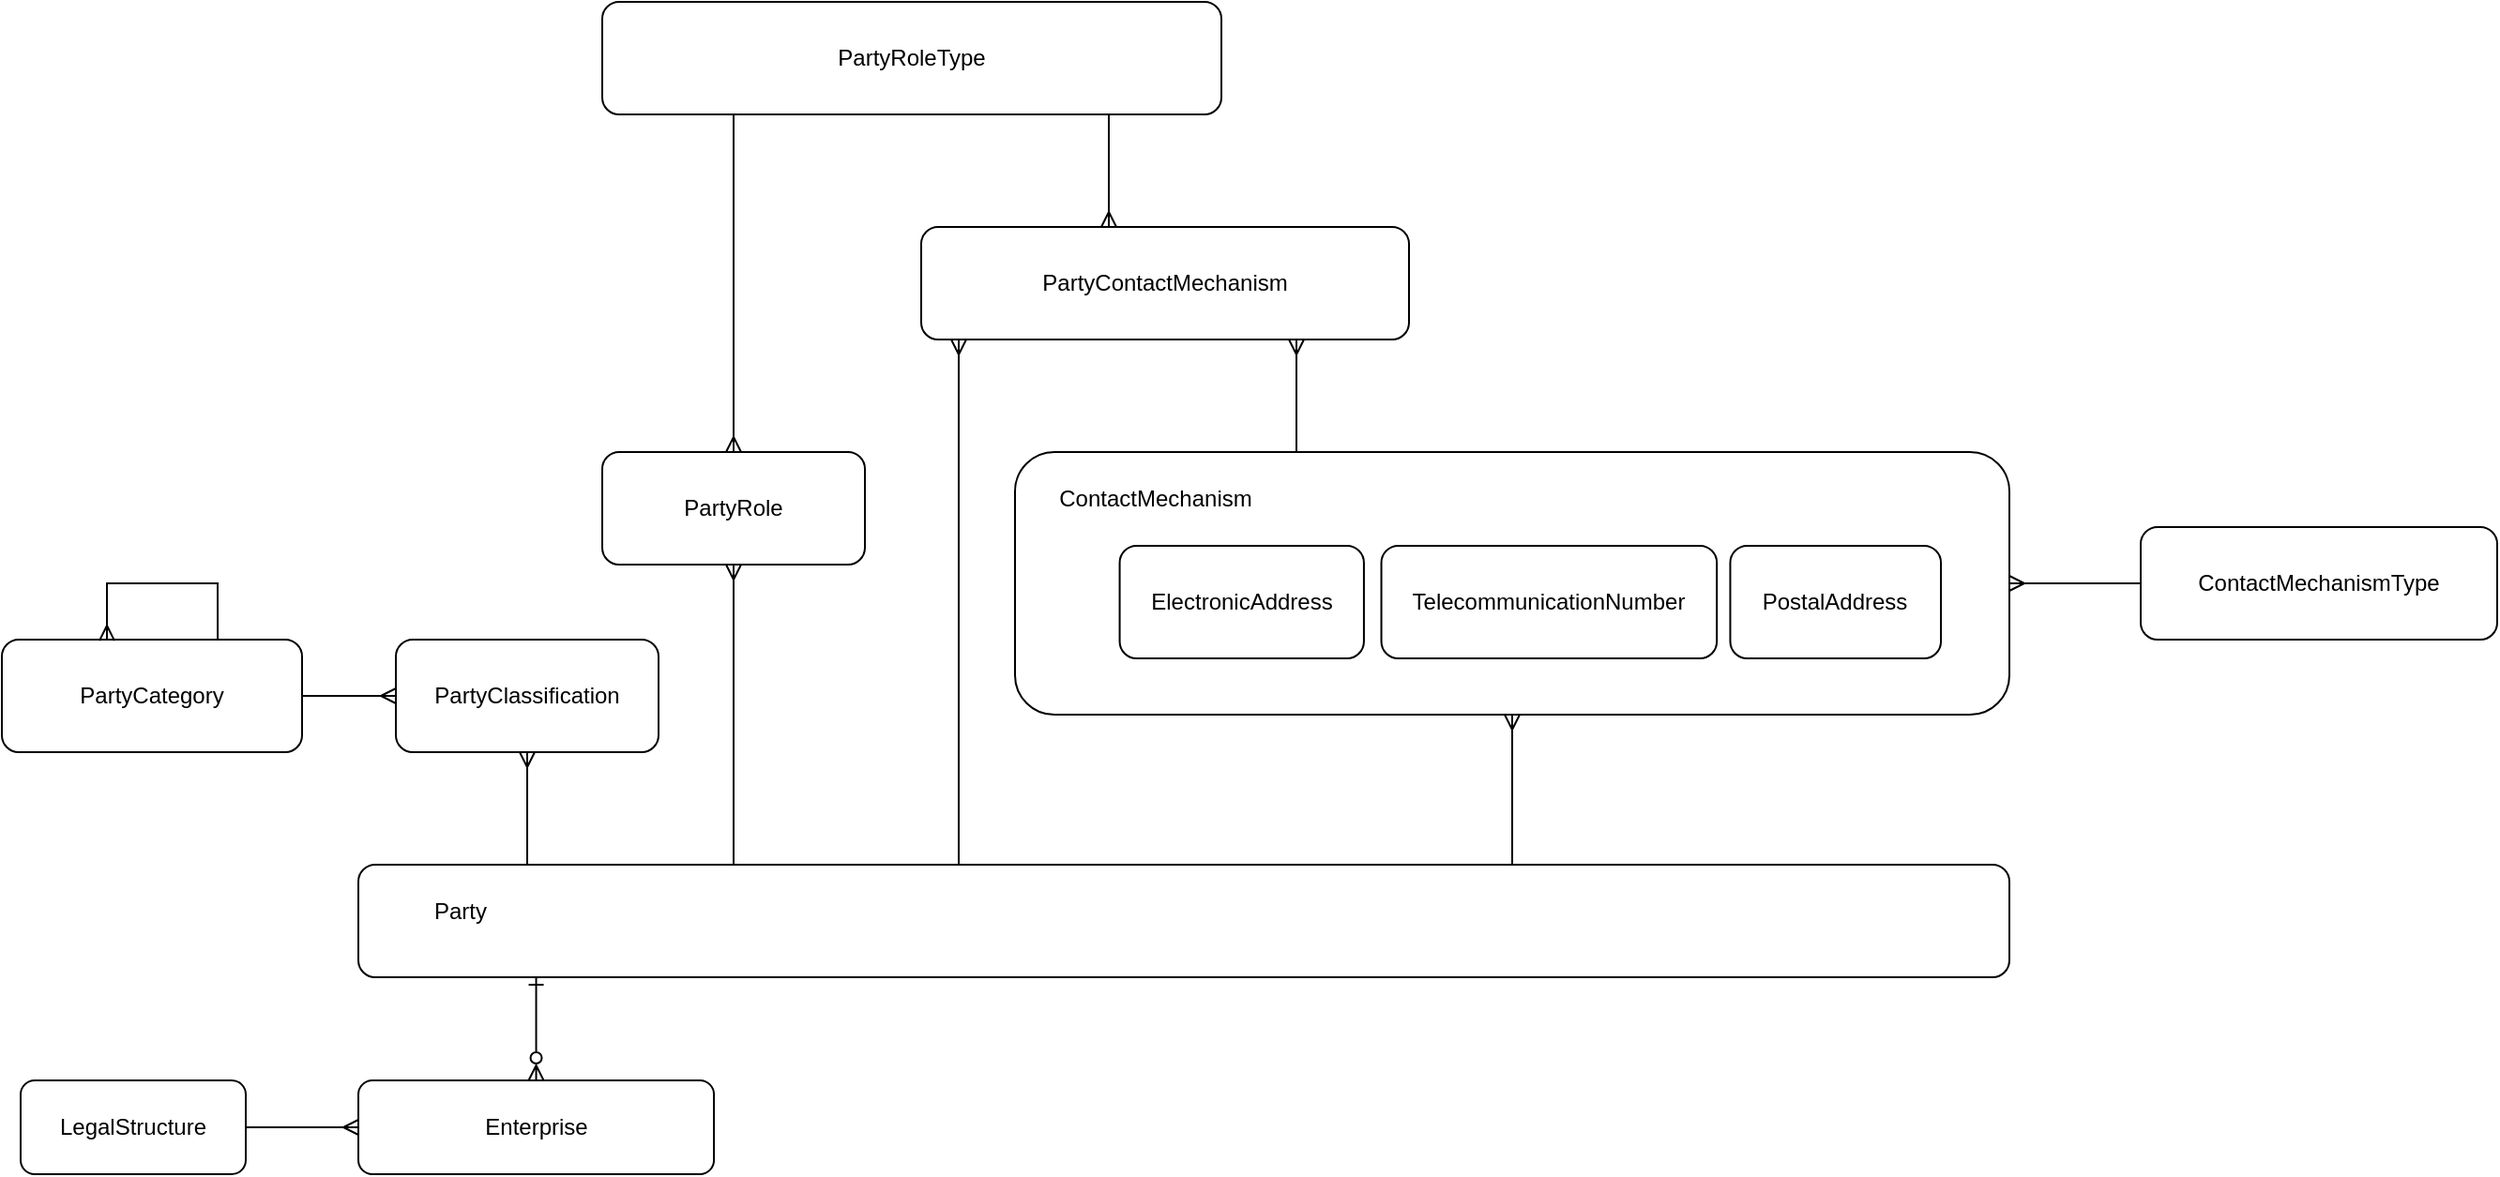
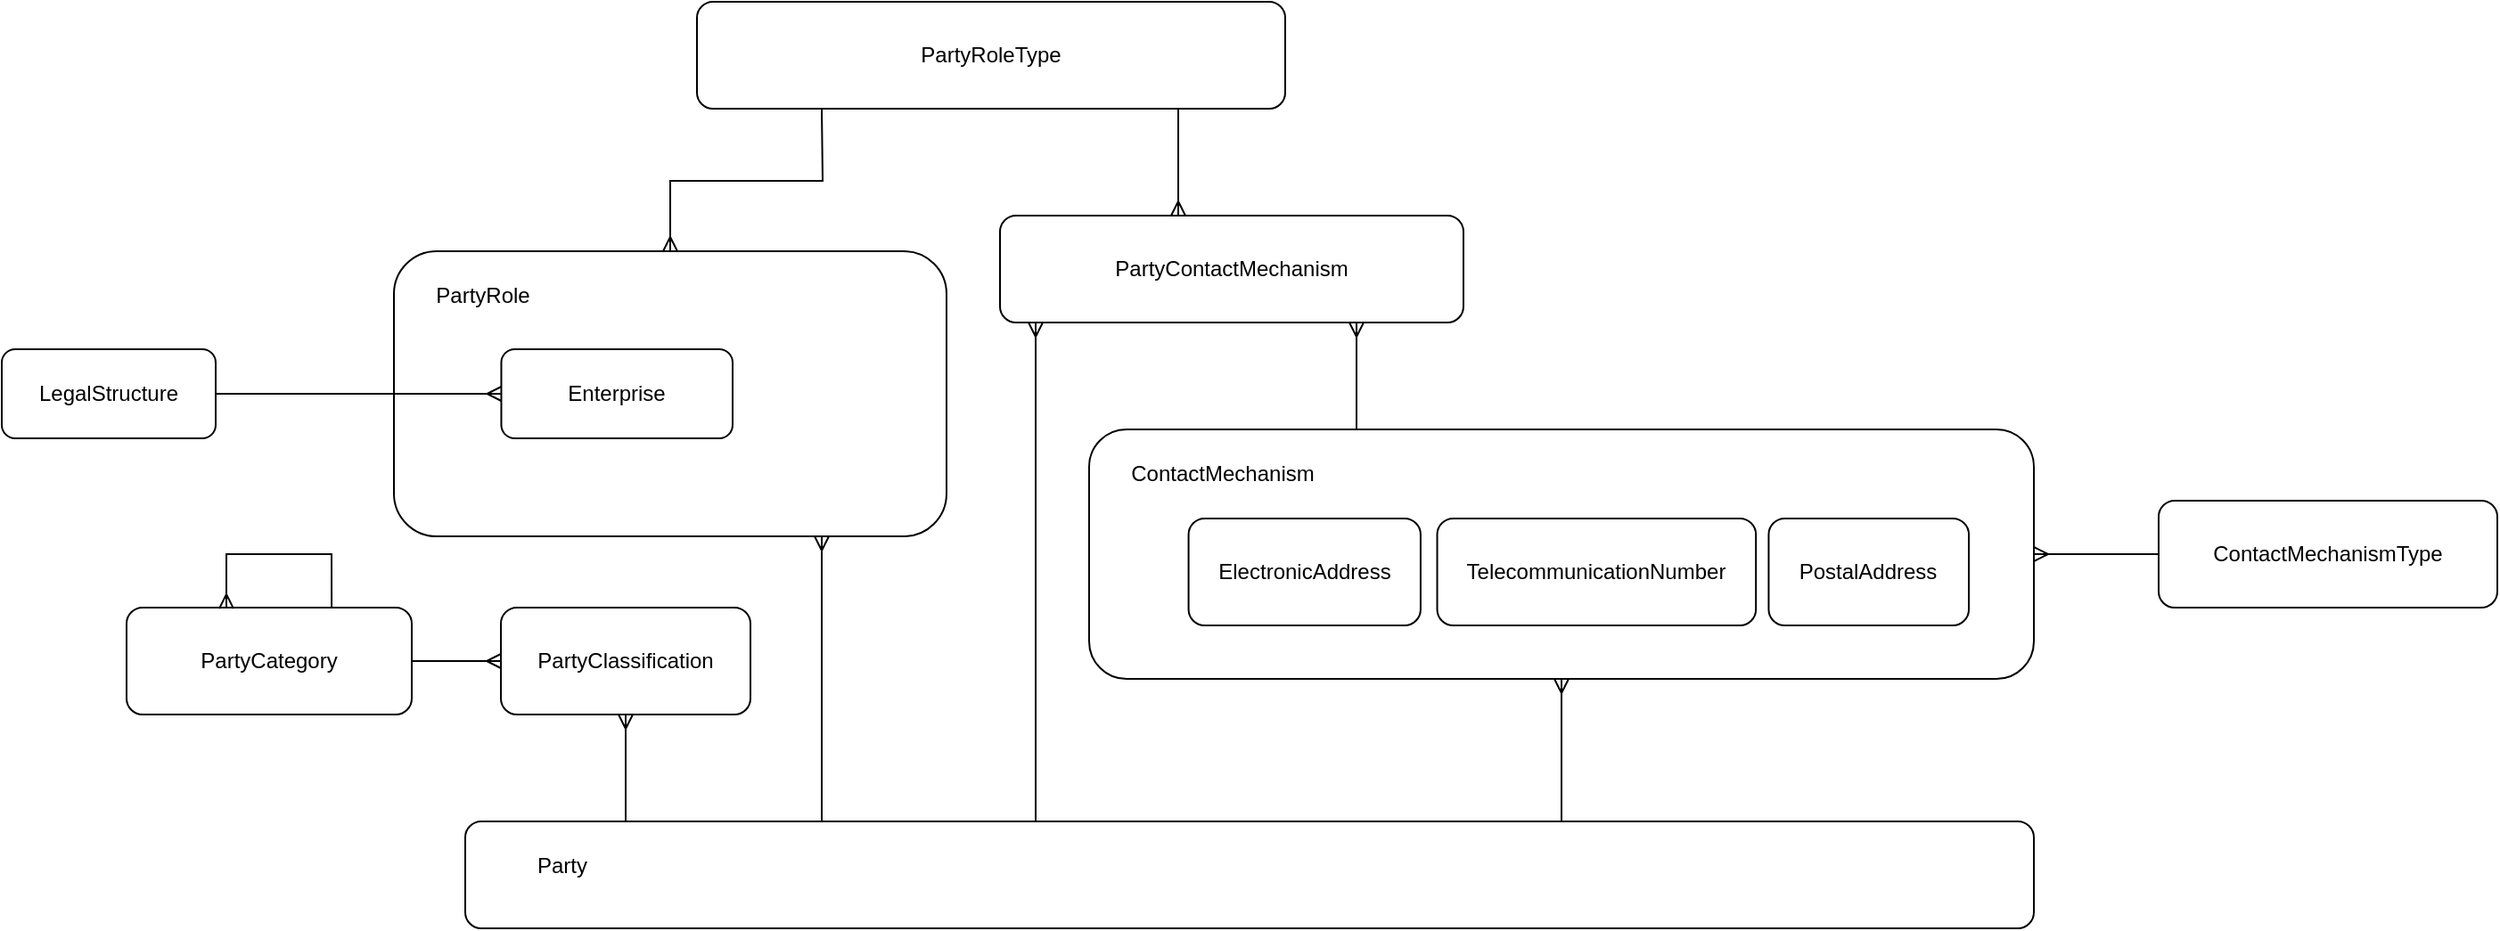
<mxfile host="app.diagrams.net" agent="Mozilla/5.0 (Windows NT 10.0; Win64; x64) AppleWebKit/537.36 (KHTML, like Gecko) Chrome/141.0.0.0 Safari/537.36" version="28.2.9">
  <diagram name="Page-1" id="d0nJ6Fx9cUZLMqGtfM0H">
-     <mxGraphModel dx="1267" dy="1349" grid="1" gridSize="10" guides="1" tooltips="1" connect="1" arrows="1" fold="1" page="1" pageScale="1" pageWidth="850" pageHeight="1100" math="0" shadow="0">
+     <mxGraphModel dx="2076" dy="1832" grid="1" gridSize="10" guides="1" tooltips="1" connect="1" arrows="1" fold="1" page="1" pageScale="1" pageWidth="850" pageHeight="1100" math="0" shadow="0">
      <root>
        <mxCell id="0" />
        <mxCell id="1" parent="0" />
        <mxCell id="tdPrWEJd15tEannaNgth-4" style="edgeStyle=orthogonalEdgeStyle;rounded=0;orthogonalLoop=1;jettySize=auto;html=1;startArrow=ERmany;startFill=0;endArrow=none;endFill=0;" edge="1" parent="1" source="tdPrWEJd15tEannaNgth-2" target="tdPrWEJd15tEannaNgth-3">
          <mxGeometry relative="1" as="geometry" />
        </mxCell>
        <mxCell id="tdPrWEJd15tEannaNgth-3" value="ContactMechanismType" style="rounded=1;whiteSpace=wrap;html=1;" vertex="1" parent="1">
          <mxGeometry x="600" y="230" width="190" height="60" as="geometry" />
        </mxCell>
        <mxCell id="tdPrWEJd15tEannaNgth-13" value="PartyRoleType" style="rounded=1;whiteSpace=wrap;html=1;" vertex="1" parent="1">
          <mxGeometry x="-220" y="-50" width="330" height="60" as="geometry" />
        </mxCell>
        <mxCell id="tdPrWEJd15tEannaNgth-14" style="edgeStyle=orthogonalEdgeStyle;rounded=0;orthogonalLoop=1;jettySize=auto;html=1;startArrow=ERmany;startFill=0;endArrow=none;endFill=0;" edge="1" parent="1" source="tdPrWEJd15tEannaNgth-15" target="tdPrWEJd15tEannaNgth-13">
          <mxGeometry relative="1" as="geometry">
            <mxPoint x="730" y="420" as="sourcePoint" />
            <mxPoint x="730" y="340" as="targetPoint" />
            <Array as="points">
              <mxPoint x="50" y="20" />
              <mxPoint x="50" y="20" />
            </Array>
          </mxGeometry>
        </mxCell>
        <mxCell id="tdPrWEJd15tEannaNgth-15" value="PartyContactMechanism" style="rounded=1;whiteSpace=wrap;html=1;" vertex="1" parent="1">
          <mxGeometry x="-50" y="70" width="260" height="60" as="geometry" />
        </mxCell>
        <mxCell id="tdPrWEJd15tEannaNgth-18" style="edgeStyle=orthogonalEdgeStyle;rounded=0;orthogonalLoop=1;jettySize=auto;html=1;startArrow=ERmany;startFill=0;endArrow=none;endFill=0;" edge="1" parent="1">
          <mxGeometry relative="1" as="geometry">
            <mxPoint x="-30.00117647058829" y="130" as="sourcePoint" />
            <mxPoint x="-30.00117647058829" y="410" as="targetPoint" />
            <Array as="points">
              <mxPoint x="-30.060000000000002" y="300" />
              <mxPoint x="-30.060000000000002" y="300" />
            </Array>
          </mxGeometry>
        </mxCell>
        <mxCell id="tdPrWEJd15tEannaNgth-19" value="" style="group" vertex="1" connectable="0" parent="1">
          <mxGeometry y="190" width="530" height="140" as="geometry" />
        </mxCell>
        <mxCell id="tdPrWEJd15tEannaNgth-2" value="" style="rounded=1;whiteSpace=wrap;html=1;" vertex="1" parent="tdPrWEJd15tEannaNgth-19">
          <mxGeometry width="530" height="140" as="geometry" />
        </mxCell>
        <mxCell id="tdPrWEJd15tEannaNgth-5" value="ElectronicAddress" style="rounded=1;whiteSpace=wrap;html=1;" vertex="1" parent="tdPrWEJd15tEannaNgth-19">
          <mxGeometry x="55.78947368421052" y="50" width="130.17543859649123" height="60" as="geometry" />
        </mxCell>
        <mxCell id="tdPrWEJd15tEannaNgth-6" value="TelecommunicationNumber" style="rounded=1;whiteSpace=wrap;html=1;" vertex="1" parent="tdPrWEJd15tEannaNgth-19">
          <mxGeometry x="195.26315789473682" y="50" width="178.81456140350878" height="60" as="geometry" />
        </mxCell>
        <mxCell id="tdPrWEJd15tEannaNgth-7" value="ContactMechanism" style="text;html=1;whiteSpace=wrap;strokeColor=none;fillColor=none;align=center;verticalAlign=middle;rounded=0;" vertex="1" parent="tdPrWEJd15tEannaNgth-19">
          <mxGeometry x="27.896882591093107" y="10" width="94.41295546558705" height="30" as="geometry" />
        </mxCell>
        <mxCell id="tdPrWEJd15tEannaNgth-8" value="PostalAddress" style="rounded=1;whiteSpace=wrap;html=1;" vertex="1" parent="tdPrWEJd15tEannaNgth-19">
          <mxGeometry x="381.2280701754386" y="50" width="112.29491228070175" height="60" as="geometry" />
        </mxCell>
        <mxCell id="tdPrWEJd15tEannaNgth-20" style="edgeStyle=orthogonalEdgeStyle;rounded=0;orthogonalLoop=1;jettySize=auto;html=1;startArrow=ERmany;startFill=0;endArrow=none;endFill=0;" edge="1" parent="1" source="tdPrWEJd15tEannaNgth-15" target="tdPrWEJd15tEannaNgth-2">
          <mxGeometry relative="1" as="geometry">
            <mxPoint x="370" y="120" as="sourcePoint" />
            <mxPoint x="370" y="430" as="targetPoint" />
            <Array as="points">
              <mxPoint x="150" y="160" />
              <mxPoint x="150" y="160" />
            </Array>
          </mxGeometry>
        </mxCell>
        <mxCell id="tdPrWEJd15tEannaNgth-21" style="edgeStyle=orthogonalEdgeStyle;rounded=0;orthogonalLoop=1;jettySize=auto;html=1;startArrow=ERmany;startFill=0;endArrow=none;endFill=0;" edge="1" parent="1" source="tdPrWEJd15tEannaNgth-2" target="tdPrWEJd15tEannaNgth-1">
          <mxGeometry relative="1" as="geometry">
            <mxPoint x="240" y="400" as="sourcePoint" />
            <mxPoint x="240" y="470" as="targetPoint" />
            <Array as="points">
              <mxPoint x="305" y="420" />
              <mxPoint x="305" y="420" />
            </Array>
          </mxGeometry>
        </mxCell>
        <mxCell id="tdPrWEJd15tEannaNgth-22" value="LegalStructure" style="rounded=1;whiteSpace=wrap;html=1;" vertex="1" parent="1">
-           <mxGeometry x="-530" y="525" width="120" height="50" as="geometry" />
+           <mxGeometry x="-610" y="145" width="120" height="50" as="geometry" />
        </mxCell>
        <mxCell id="tdPrWEJd15tEannaNgth-27" value="PartyClassification" style="rounded=1;whiteSpace=wrap;html=1;" vertex="1" parent="1">
          <mxGeometry x="-330" y="290" width="140" height="60" as="geometry" />
        </mxCell>
        <mxCell id="tdPrWEJd15tEannaNgth-28" value="PartyCategory" style="rounded=1;whiteSpace=wrap;html=1;" vertex="1" parent="1">
          <mxGeometry x="-540" y="290" width="160" height="60" as="geometry" />
        </mxCell>
        <mxCell id="tdPrWEJd15tEannaNgth-31" style="edgeStyle=orthogonalEdgeStyle;rounded=0;orthogonalLoop=1;jettySize=auto;html=1;startArrow=ERmany;startFill=0;endArrow=none;endFill=0;" edge="1" parent="1" source="tdPrWEJd15tEannaNgth-27" target="tdPrWEJd15tEannaNgth-1">
          <mxGeometry relative="1" as="geometry">
            <mxPoint x="-260" y="180" as="sourcePoint" />
            <mxPoint x="-260" y="250" as="targetPoint" />
            <Array as="points">
              <mxPoint x="-260" y="370" />
              <mxPoint x="-260" y="370" />
            </Array>
          </mxGeometry>
        </mxCell>
        <mxCell id="tdPrWEJd15tEannaNgth-32" style="edgeStyle=orthogonalEdgeStyle;rounded=0;orthogonalLoop=1;jettySize=auto;html=1;startArrow=ERmany;startFill=0;endArrow=none;endFill=0;" edge="1" parent="1" source="tdPrWEJd15tEannaNgth-27" target="tdPrWEJd15tEannaNgth-28">
          <mxGeometry relative="1" as="geometry">
            <mxPoint x="-230" y="200" as="sourcePoint" />
            <mxPoint x="-230" y="270" as="targetPoint" />
            <Array as="points" />
          </mxGeometry>
        </mxCell>
        <mxCell id="tdPrWEJd15tEannaNgth-33" style="edgeStyle=orthogonalEdgeStyle;rounded=0;orthogonalLoop=1;jettySize=auto;html=1;startArrow=ERmany;startFill=0;endArrow=none;endFill=0;exitX=0.35;exitY=0.009;exitDx=0;exitDy=0;exitPerimeter=0;entryX=0.719;entryY=0;entryDx=0;entryDy=0;entryPerimeter=0;" edge="1" parent="1" source="tdPrWEJd15tEannaNgth-28" target="tdPrWEJd15tEannaNgth-28">
          <mxGeometry relative="1" as="geometry">
            <mxPoint x="-485" y="280" as="sourcePoint" />
            <mxPoint x="-425" y="280" as="targetPoint" />
            <Array as="points">
              <mxPoint x="-484" y="260" />
              <mxPoint x="-425" y="260" />
            </Array>
          </mxGeometry>
        </mxCell>
-         <mxCell id="tdPrWEJd15tEannaNgth-34" style="edgeStyle=orthogonalEdgeStyle;rounded=0;orthogonalLoop=1;jettySize=auto;html=1;startArrow=ERmany;startFill=0;endArrow=none;endFill=0;" edge="1" parent="1" source="tdPrWEJd15tEannaNgth-17" target="tdPrWEJd15tEannaNgth-22">
-           <mxGeometry relative="1" as="geometry">
-             <mxPoint x="10" y="955" as="sourcePoint" />
-             <mxPoint x="10" y="1025" as="targetPoint" />
-             <Array as="points">
-               <mxPoint x="-380" y="550" />
-               <mxPoint x="-380" y="550" />
-             </Array>
-           </mxGeometry>
-         </mxCell>
-         <mxCell id="tdPrWEJd15tEannaNgth-35" value="PartyRole" style="rounded=1;whiteSpace=wrap;html=1;" vertex="1" parent="1">
-           <mxGeometry x="-220" y="190" width="140" height="60" as="geometry" />
+         <mxCell id="tdPrWEJd15tEannaNgth-35" value="" style="rounded=1;whiteSpace=wrap;html=1;" vertex="1" parent="1">
+           <mxGeometry x="-390" y="90" width="310" height="160" as="geometry" />
        </mxCell>
        <mxCell id="tdPrWEJd15tEannaNgth-37" style="edgeStyle=orthogonalEdgeStyle;rounded=0;orthogonalLoop=1;jettySize=auto;html=1;startArrow=ERmany;startFill=0;endArrow=none;endFill=0;" edge="1" parent="1" source="tdPrWEJd15tEannaNgth-35" target="tdPrWEJd15tEannaNgth-1">
          <mxGeometry relative="1" as="geometry">
            <mxPoint x="-130" y="350" as="sourcePoint" />
            <mxPoint x="-130" y="420" as="targetPoint" />
            <Array as="points">
              <mxPoint x="-150" y="260" />
              <mxPoint x="-150" y="260" />
            </Array>
          </mxGeometry>
        </mxCell>
        <mxCell id="tdPrWEJd15tEannaNgth-38" style="edgeStyle=orthogonalEdgeStyle;rounded=0;orthogonalLoop=1;jettySize=auto;html=1;startArrow=ERmany;startFill=0;endArrow=none;endFill=0;" edge="1" parent="1" source="tdPrWEJd15tEannaNgth-35">
          <mxGeometry relative="1" as="geometry">
            <mxPoint x="-150" y="160" as="sourcePoint" />
            <mxPoint x="-150" y="10" as="targetPoint" />
            <Array as="points" />
          </mxGeometry>
        </mxCell>
        <mxCell id="tdPrWEJd15tEannaNgth-1" value="" style="rounded=1;whiteSpace=wrap;html=1;" vertex="1" parent="1">
          <mxGeometry x="-350" y="410" width="880" height="60" as="geometry" />
        </mxCell>
        <mxCell id="tdPrWEJd15tEannaNgth-9" value="Party" style="text;html=1;whiteSpace=wrap;strokeColor=none;fillColor=none;align=center;verticalAlign=middle;rounded=0;" vertex="1" parent="1">
          <mxGeometry x="-336.46153846153845" y="420" width="81.23076923076923" height="30" as="geometry" />
        </mxCell>
-         <mxCell id="tdPrWEJd15tEannaNgth-39" style="edgeStyle=orthogonalEdgeStyle;rounded=0;orthogonalLoop=1;jettySize=auto;html=1;endArrow=ERone;endFill=0;startArrow=ERzeroToMany;startFill=0;" edge="1" parent="1" source="tdPrWEJd15tEannaNgth-17" target="tdPrWEJd15tEannaNgth-1">
+         <mxCell id="tdPrWEJd15tEannaNgth-17" value="Enterprise" style="rounded=1;whiteSpace=wrap;html=1;" vertex="1" parent="1">
+           <mxGeometry x="-329.77" y="145" width="129.77" height="50" as="geometry" />
+         </mxCell>
+         <mxCell id="tdPrWEJd15tEannaNgth-40" value="PartyRole" style="text;html=1;whiteSpace=wrap;strokeColor=none;fillColor=none;align=center;verticalAlign=middle;rounded=0;" vertex="1" parent="1">
+           <mxGeometry x="-370" y="100" width="60" height="30" as="geometry" />
+         </mxCell>
+         <mxCell id="tdPrWEJd15tEannaNgth-42" style="edgeStyle=orthogonalEdgeStyle;rounded=0;orthogonalLoop=1;jettySize=auto;html=1;startArrow=ERmany;startFill=0;endArrow=none;endFill=0;" edge="1" parent="1" source="tdPrWEJd15tEannaNgth-17" target="tdPrWEJd15tEannaNgth-22">
          <mxGeometry relative="1" as="geometry">
-             <Array as="points">
-               <mxPoint x="-255" y="560" />
-               <mxPoint x="-255" y="560" />
-             </Array>
+             <mxPoint x="-90" y="310" as="sourcePoint" />
+             <mxPoint x="-90" y="470" as="targetPoint" />
+             <Array as="points" />
          </mxGeometry>
-         </mxCell>
-         <mxCell id="tdPrWEJd15tEannaNgth-17" value="Enterprise" style="rounded=1;whiteSpace=wrap;html=1;" vertex="1" parent="1">
-           <mxGeometry x="-350.00076923076927" y="525" width="189.53846153846152" height="50" as="geometry" />
        </mxCell>
      </root>
    </mxGraphModel>
  </diagram>
</mxfile>
